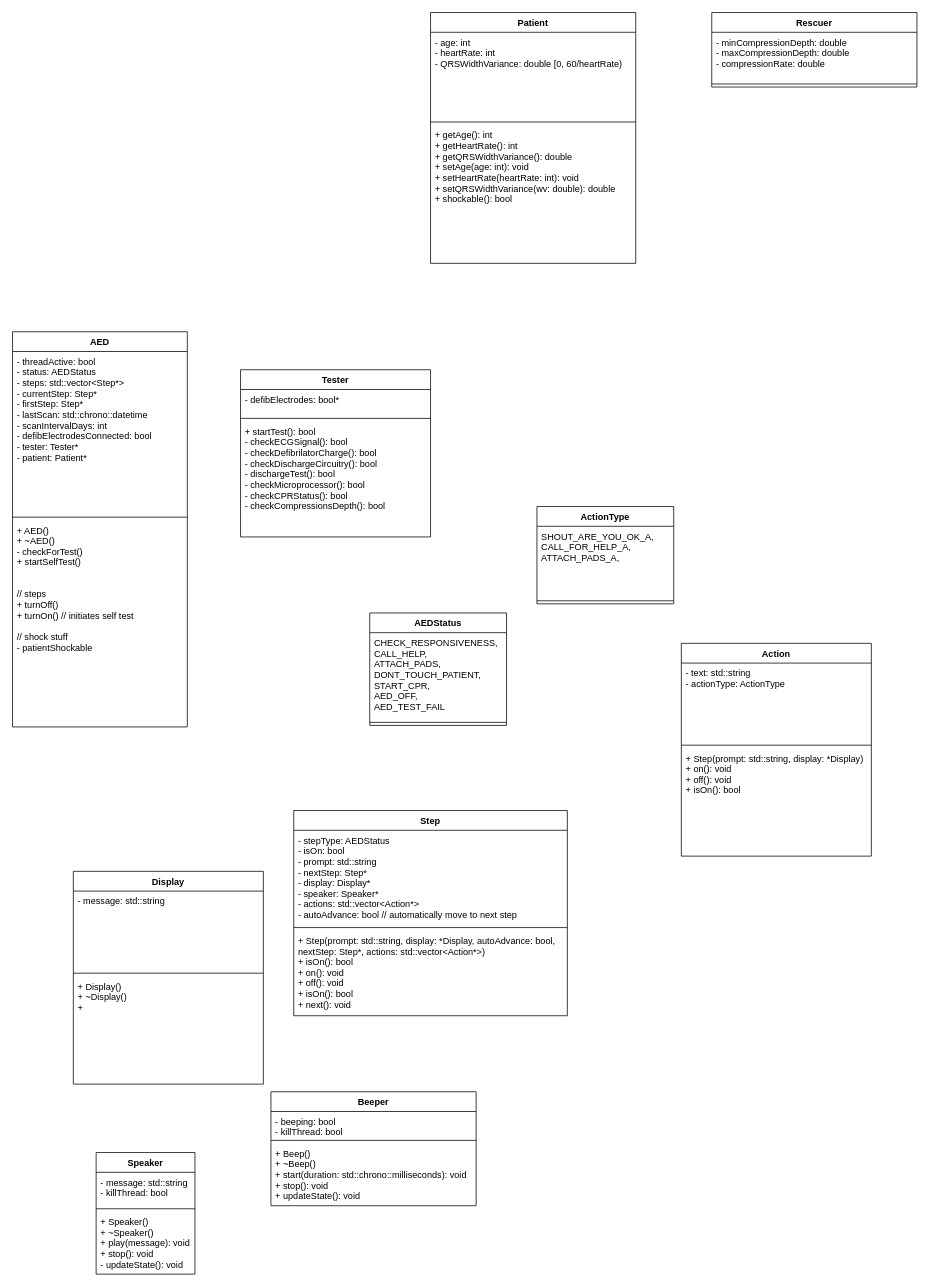
This is docs/class-diagram/a4-class-diagram.drawio from HamzaAlsarakbi/AEDSimulator, a draw.io file, before an edit. Source tidied: cells renumbered, new cells numbered last; positions are measured from the earlier drawing's top-left corner, leaving out a move shared by most shapes. Both pictures are drawn from the tidied source at 76%, with x=0, y=0 at pixel (12, 12).
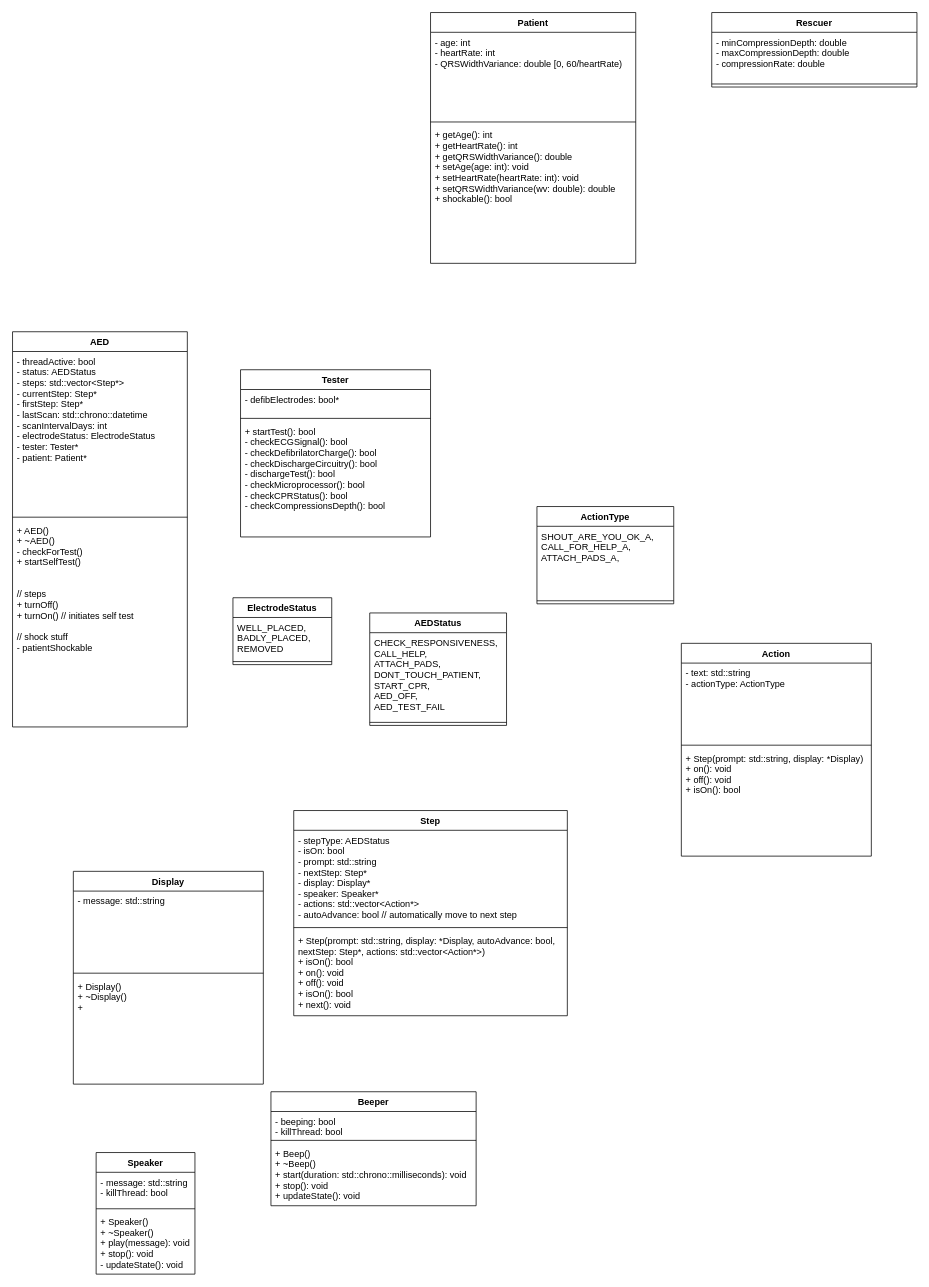
Above is the later version.

Commit message (it also covers changes not shown here):
updated class diagram

Unchanged cells that the change refers to:
```xml
<mxCell id="2" value="AED" style="swimlane;fontStyle=1;align=center;verticalAlign=top;horizontal=1;startSize=26;" parent="1" vertex="1">
  <mxGeometry y="420" width="230" height="520" as="geometry" />
</mxCell>
```

What changed in the source:
```diff
@@
-    <mxCell id="3" value="- threadActive: bool&#10;- status: AEDStatus&#10;- steps: std::vector&lt;Step*&gt;&#10;- currentStep: Step*&#10;- firstStep: Step*&#10;- lastScan: std::chrono::datetime&#10;- scanIntervalDays: int&#10;- defibElectrodesConnected: bool&#10;- tester: Tester*&#10;- patient: Patient*" style="text;strokeColor=none;fillColor=none;align=left;verticalAlign=top;spacingLeft=4;spacingRight=4;overflow=hidden;" parent="2" vertex="1">
+    <mxCell id="3" value="- threadActive: bool&#10;- status: AEDStatus&#10;- steps: std::vector&lt;Step*&gt;&#10;- currentStep: Step*&#10;- firstStep: Step*&#10;- lastScan: std::chrono::datetime&#10;- scanIntervalDays: int&#10;- electrodeStatus: ElectrodeStatus&#10;- tester: Tester*&#10;- patient: Patient*" style="text;strokeColor=none;fillColor=none;align=left;verticalAlign=top;spacingLeft=4;spacingRight=4;overflow=hidden;" parent="2" vertex="1">
       <mxGeometry y="26" width="230" height="214" as="geometry" />
     </mxCell>
@@
+    <mxCell id="43" value="ElectrodeStatus" style="swimlane;fontStyle=1;align=center;verticalAlign=top;horizontal=1;startSize=26;" parent="1" vertex="1">
+      <mxGeometry x="290" y="770" width="130" height="88" as="geometry" />
+    </mxCell>
+    <mxCell id="44" value="WELL_PLACED,&#10;BADLY_PLACED,&#10;REMOVED" style="text;strokeColor=none;fillColor=none;align=left;verticalAlign=top;spacingLeft=4;spacingRight=4;overflow=hidden;" parent="43" vertex="1">
+      <mxGeometry y="26" width="130" height="54" as="geometry" />
+    </mxCell>
+    <mxCell id="45" style="line;strokeWidth=1;fillColor=none;align=left;verticalAlign=middle;spacingTop=-1;spacingLeft=3;spacingRight=3;labelPosition=right;strokeColor=inherit;" parent="43" vertex="1">
+      <mxGeometry y="80" width="130" height="8" as="geometry" />
+    </mxCell>
```
